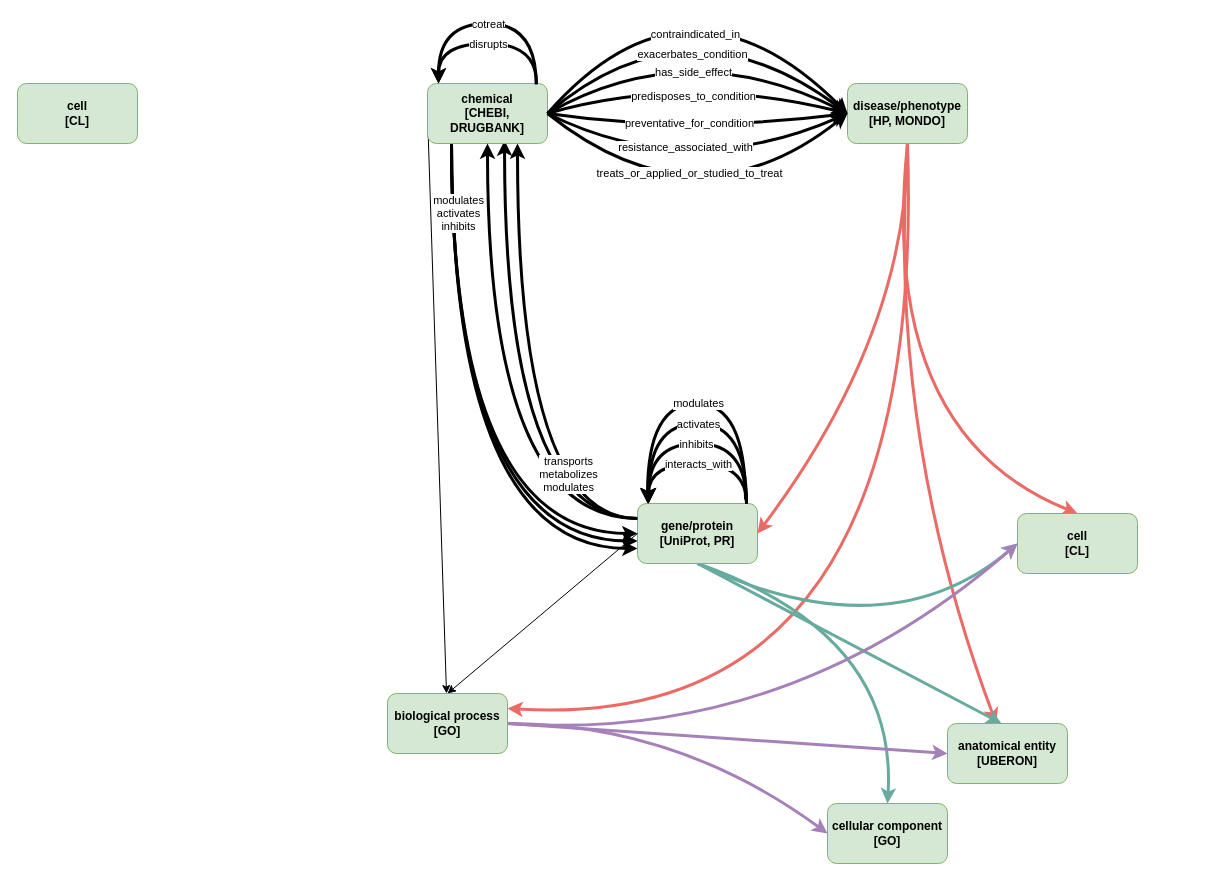
The draw.io diagram docs/tmkp-targeted-kg.drawio in UCDenver-ccp/translator-relation-extraction, before the edit. Source tidied: cells renumbered, new cells numbered last; positions are measured from the earlier drawing's top-left corner, leaving out a move shared by most shapes. Both pictures are drawn from the tidied source at 100%, with x=0, y=0 at pixel (17, -47).
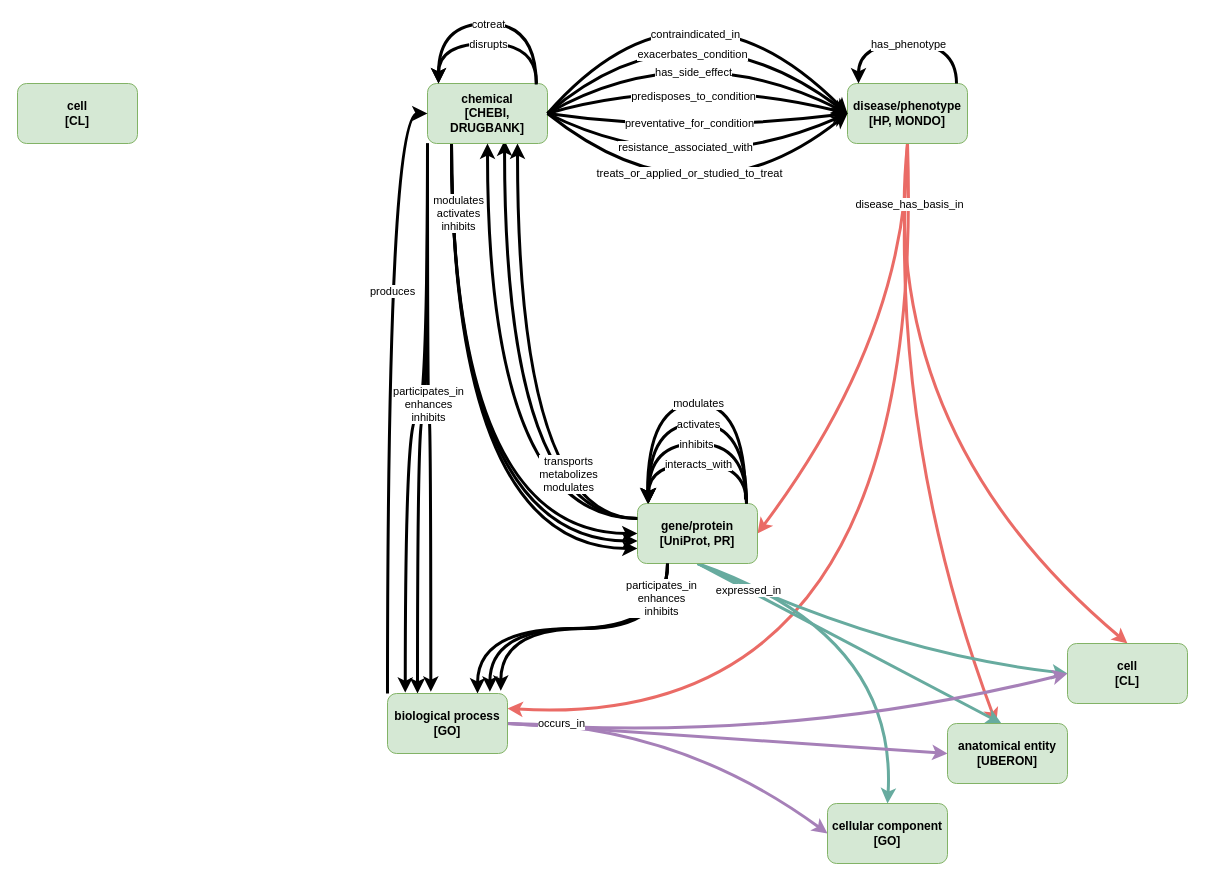
After the change.

Unchanged cells that the change refers to:
```xml
<mxCell id="9" value="&lt;b&gt;chemical&lt;/b&gt;&lt;div&gt;&lt;b&gt;[CHEBI, DRUGBANK]&lt;/b&gt;&lt;/div&gt;" style="rounded=1;whiteSpace=wrap;html=1;fillColor=#d5e8d4;strokeColor=#82b366;" parent="1" vertex="1">
  <mxGeometry x="410" y="130" width="120" height="60" as="geometry" />
</mxCell>
<mxCell id="13" style="rounded=0;jettySize=auto;html=1;exitX=0.5;exitY=1;exitDx=0;exitDy=0;entryX=1;entryY=0.25;entryDx=0;entryDy=0;curved=1;strokeWidth=3;strokeColor=#EA6B66;" parent="1" edge="1" source="14" target="23">
  <mxGeometry relative="1" as="geometry">
    <Array as="points">
      <mxPoint x="910" y="780" />
    </Array>
  </mxGeometry>
</mxCell>
<mxCell id="17" style="rounded=0;jettySize=auto;html=1;exitX=0.5;exitY=1;exitDx=0;exitDy=0;entryX=0;entryY=0.5;entryDx=0;entryDy=0;curved=1;strokeWidth=3;strokeColor=#67AB9F;" parent="1" edge="1" source="18" target="19">
  <mxGeometry relative="1" as="geometry">
    <Array as="points">
      <mxPoint x="870" y="700" />
    </Array>
  </mxGeometry>
</mxCell>
<mxCell id="18" value="&lt;b&gt;gene/protein&lt;/b&gt;&lt;div&gt;&lt;b&gt;[UniProt, PR&lt;/b&gt;&lt;b style=&quot;background-color: initial;&quot;&gt;]&lt;/b&gt;&lt;/div&gt;" style="rounded=1;whiteSpace=wrap;html=1;fillColor=#d5e8d4;strokeColor=#82b366;" parent="1" vertex="1">
  <mxGeometry x="620" y="550" width="120" height="60" as="geometry" />
</mxCell>
<mxCell id="22" style="rounded=0;jettySize=auto;html=1;entryX=0;entryY=0.5;entryDx=0;entryDy=0;exitX=1;exitY=0.5;exitDx=0;exitDy=0;curved=1;strokeColor=#A680B8;strokeWidth=3;" parent="1" edge="1" source="23" target="19">
  <mxGeometry relative="1" as="geometry">
    <Array as="points">
      <mxPoint x="770" y="790" />
    </Array>
  </mxGeometry>
</mxCell>
<mxCell id="23" value="&lt;div&gt;&lt;b&gt;biological process&lt;/b&gt;&lt;/div&gt;&lt;div&gt;&lt;b&gt;[GO]&lt;/b&gt;&lt;/div&gt;" style="rounded=1;whiteSpace=wrap;html=1;fillColor=#d5e8d4;strokeColor=#82b366;" parent="1" vertex="1">
  <mxGeometry x="370" y="740" width="120" height="60" as="geometry" />
</mxCell>
```

Change to the diagram source:
```diff
@@
-    <mxCell id="4" style="rounded=0;jettySize=auto;html=1;exitX=0;exitY=0.5;exitDx=0;exitDy=0;" parent="1" edge="1" source="9" target="23">
-      <mxGeometry relative="1" as="geometry" />
-    </mxCell>
@@
+    <mxCell id="56" style="edgeStyle=orthogonalEdgeStyle;rounded=0;jettySize=auto;html=1;exitX=0;exitY=1;exitDx=0;exitDy=0;entryX=0.25;entryY=0;entryDx=0;entryDy=0;strokeWidth=3;curved=1;" parent="1" edge="1" source="9" target="23">
+      <mxGeometry relative="1" as="geometry" />
+    </mxCell>
@@
+    <mxCell id="57" value="disease_has_basis_in" style="edgeLabel;html=1;align=center;verticalAlign=middle;" parent="13" vertex="1">
+      <mxGeometry x="-0.88" y="-1" relative="1" as="geometry" />
+    </mxCell>
@@
+    <mxCell id="58" value="expressed_in" style="edgeLabel;html=1;align=center;verticalAlign=middle;" parent="17" vertex="1">
+      <mxGeometry x="-0.71" y="-2" relative="1" as="geometry" />
+    </mxCell>
+    <mxCell id="59" style="edgeStyle=orthogonalEdgeStyle;rounded=0;jettySize=auto;html=1;exitX=0.25;exitY=1;exitDx=0;exitDy=0;entryX=0.75;entryY=0;entryDx=0;entryDy=0;curved=1;strokeWidth=3;" parent="1" edge="1" source="18" target="23">
+      <mxGeometry relative="1" as="geometry" />
+    </mxCell>
@@
     <mxCell id="19" value="&lt;div&gt;&lt;b&gt;cell&lt;/b&gt;&lt;/div&gt;&lt;div&gt;&lt;b&gt;[CL]&lt;/b&gt;&lt;/div&gt;" style="rounded=1;whiteSpace=wrap;html=1;fillColor=#d5e8d4;strokeColor=#82b366;" parent="1" vertex="1">
-      <mxGeometry x="1000" y="560" width="120" height="60" as="geometry" />
+      <mxGeometry x="1050" y="690" width="120" height="60" as="geometry" />
     </mxCell>
@@
+    <mxCell id="60" value="occurs_in" style="edgeLabel;html=1;align=center;verticalAlign=middle;" parent="22" vertex="1">
+      <mxGeometry x="-0.81" relative="1" as="geometry">
+        <mxPoint y="-4" as="offset" />
+      </mxGeometry>
+    </mxCell>
+    <mxCell id="61" style="edgeStyle=orthogonalEdgeStyle;rounded=0;jettySize=auto;html=1;exitX=0;exitY=0;exitDx=0;exitDy=0;entryX=0;entryY=0.5;entryDx=0;entryDy=0;curved=1;strokeWidth=3;" parent="1" edge="1" source="23" target="9">
+      <mxGeometry relative="1" as="geometry" />
+    </mxCell>
+    <mxCell id="62" value="produces" style="edgeLabel;html=1;align=center;verticalAlign=middle;" parent="61" vertex="1">
+      <mxGeometry x="0.3" y="-4" relative="1" as="geometry" />
+    </mxCell>
@@
-    <mxCell id="40" style="endArrow=classic;html=1;rounded=0;exitX=0;exitY=0.5;exitDx=0;exitDy=0;entryX=0.5;entryY=0;entryDx=0;entryDy=0;" parent="1" edge="1" source="18" target="23">
-      <mxGeometry relative="1" as="geometry" />
-    </mxCell>
@@
+    <mxCell id="63" style="edgeStyle=orthogonalEdgeStyle;rounded=0;orthogonalLoop=1;jettySize=auto;html=1;curved=1;strokeWidth=3;" parent="1" edge="1">
+      <mxGeometry relative="1" as="geometry">
+        <mxPoint x="939" y="130" as="sourcePoint" />
+        <mxPoint x="841" y="130" as="targetPoint" />
+        <Array as="points">
+          <mxPoint x="939" y="90" />
+          <mxPoint x="841" y="90" />
+        </Array>
+      </mxGeometry>
+    </mxCell>
+    <mxCell id="64" value="has_phenotype" style="edgeLabel;html=1;align=center;verticalAlign=middle;" parent="63" vertex="1">
+      <mxGeometry x="-0.02" relative="1" as="geometry">
+        <mxPoint x="-2" as="offset" />
+      </mxGeometry>
+    </mxCell>
+    <mxCell id="65" style="edgeStyle=orthogonalEdgeStyle;rounded=0;jettySize=auto;html=1;exitX=0.25;exitY=1;exitDx=0;exitDy=0;entryX=0.853;entryY=-0.03;entryDx=0;entryDy=0;entryPerimeter=0;curved=1;strokeWidth=3;" parent="1" edge="1" source="18" target="23">
+      <mxGeometry relative="1" as="geometry" />
+    </mxCell>
+    <mxCell id="66" style="edgeStyle=orthogonalEdgeStyle;rounded=0;jettySize=auto;html=1;exitX=0.25;exitY=1;exitDx=0;exitDy=0;entryX=0.944;entryY=-0.045;entryDx=0;entryDy=0;entryPerimeter=0;strokeWidth=3;curved=1;" parent="1" edge="1" source="18" target="23">
+      <mxGeometry relative="1" as="geometry" />
+    </mxCell>
+    <mxCell id="67" value="participates_in&lt;div&gt;enhances&lt;/div&gt;&lt;div&gt;inhibits&lt;/div&gt;" style="edgeLabel;html=1;align=center;verticalAlign=middle;" parent="66" vertex="1">
+      <mxGeometry x="-0.77" y="-7" relative="1" as="geometry" />
+    </mxCell>
+    <mxCell id="68" style="edgeStyle=orthogonalEdgeStyle;rounded=0;jettySize=auto;html=1;exitX=0;exitY=1;exitDx=0;exitDy=0;entryX=0.148;entryY=-0.015;entryDx=0;entryDy=0;entryPerimeter=0;curved=1;strokeWidth=3;" parent="1" edge="1" source="9" target="23">
+      <mxGeometry relative="1" as="geometry" />
+    </mxCell>
+    <mxCell id="69" style="edgeStyle=orthogonalEdgeStyle;rounded=0;jettySize=auto;html=1;exitX=0;exitY=1;exitDx=0;exitDy=0;entryX=0.361;entryY=-0.03;entryDx=0;entryDy=0;entryPerimeter=0;curved=1;strokeWidth=3;" parent="1" edge="1" source="9" target="23">
+      <mxGeometry relative="1" as="geometry" />
+    </mxCell>
+    <mxCell id="70" value="participates_in&lt;div&gt;enhances&lt;/div&gt;&lt;div&gt;inhibits&lt;/div&gt;" style="edgeLabel;html=1;align=center;verticalAlign=middle;" parent="69" vertex="1">
+      <mxGeometry x="-0.22" y="-2" relative="1" as="geometry">
+        <mxPoint x="2" y="45" as="offset" />
+      </mxGeometry>
+    </mxCell>
```
